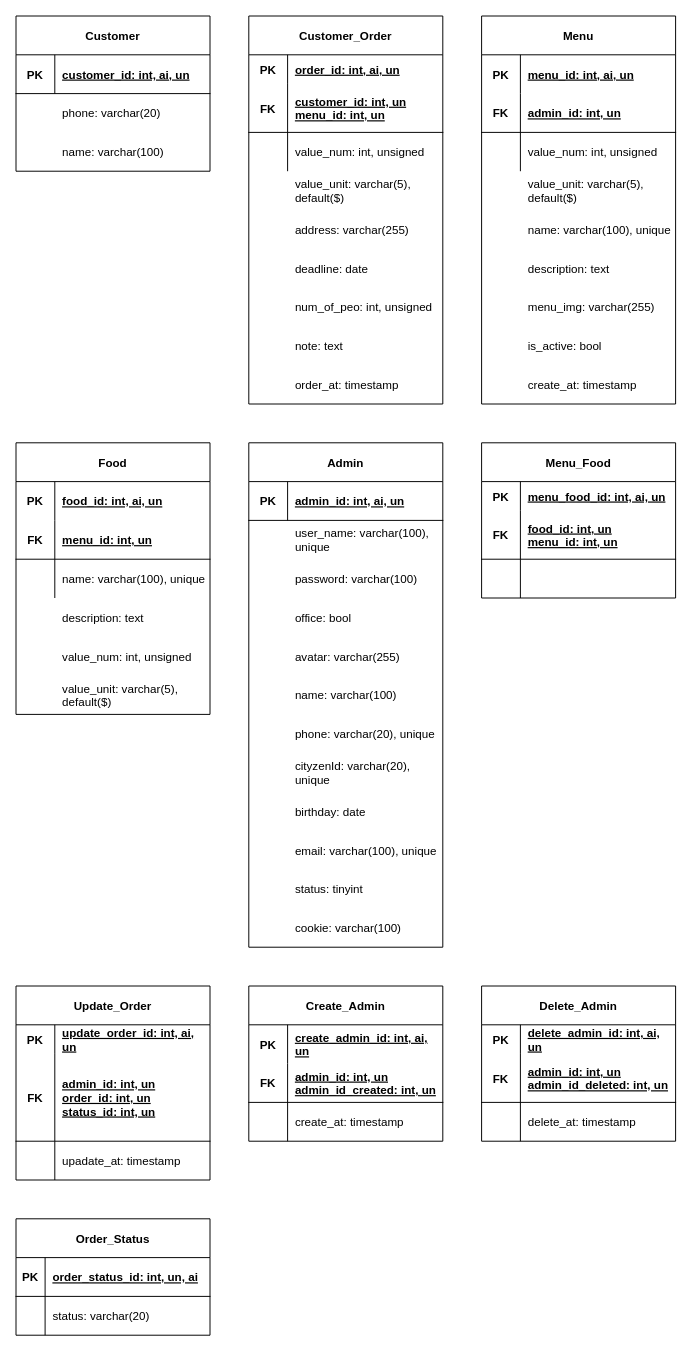
The draw.io diagram phan_tich/database/database.drawio in caoduonggithub/gourmet-au-catering, before the edit. Source tidied: cells renumbered, new cells numbered last; positions are measured from the earlier drawing's top-left corner, leaving out a move shared by most shapes. Both pictures are drawn from the tidied source at 97%, with x=0, y=0 at pixel (16, 16).
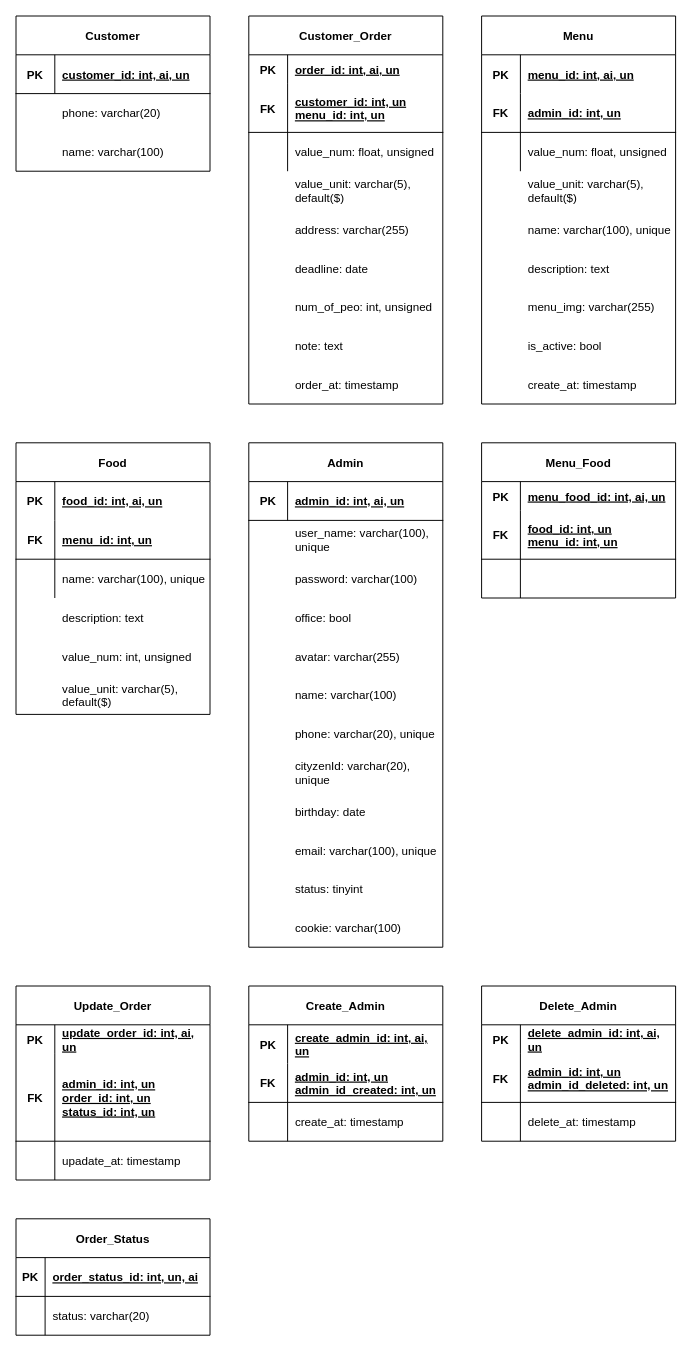
Above is the later version.

What changed in the source:
```diff
@@
-    <mxCell id="25" value="value_num: int, unsigned" style="shape=partialRectangle;fillColor=none;top=0;left=0;bottom=0;right=0;align=left;spacingLeft=6;overflow=hidden;" parent="1" vertex="1">
+    <mxCell id="25" value="value_num: float, unsigned" style="shape=partialRectangle;fillColor=none;top=0;left=0;bottom=0;right=0;align=left;spacingLeft=6;overflow=hidden;" parent="1" vertex="1">
       <mxGeometry x="280" y="120" width="160" height="40" as="geometry" />
     </mxCell>
@@
-    <mxCell id="128" value="value_num: int, unsigned" style="shape=partialRectangle;fillColor=none;top=0;left=0;bottom=0;right=0;align=left;spacingLeft=6;overflow=hidden;" parent="1" vertex="1">
+    <mxCell id="128" value="value_num: float, unsigned" style="shape=partialRectangle;fillColor=none;top=0;left=0;bottom=0;right=0;align=left;spacingLeft=6;overflow=hidden;" parent="1" vertex="1">
       <mxGeometry x="520" y="120" width="160" height="40" as="geometry" />
     </mxCell>
```
